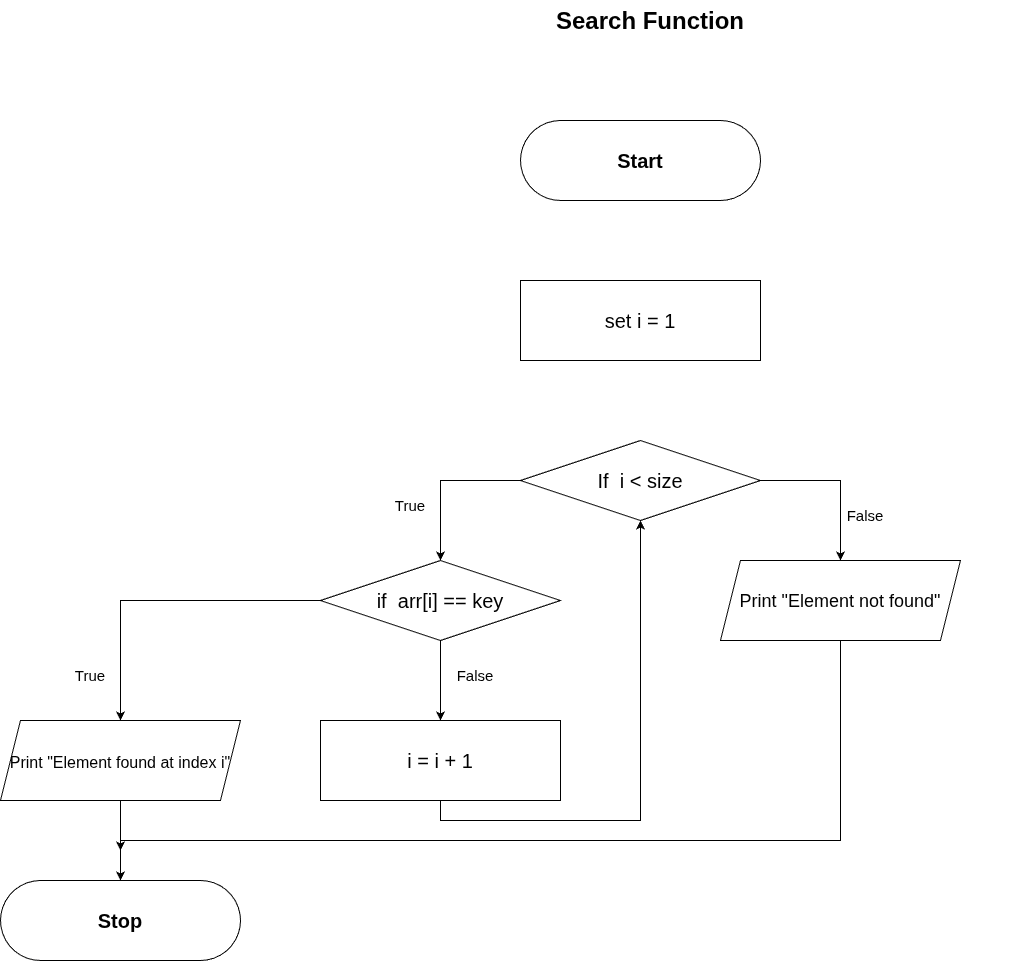
VIGNESHWAR2058/Record-3-and-4 keeps this draw.io diagram as ImplementArray/FlowchartForFunctions/FlowchartSearchFn.drawio.png. Above is the earlier version. Source tidied: cells renumbered, new cells last; positions are measured from the earlier drawing's top-left corner, leaving out a move shared by most shapes.
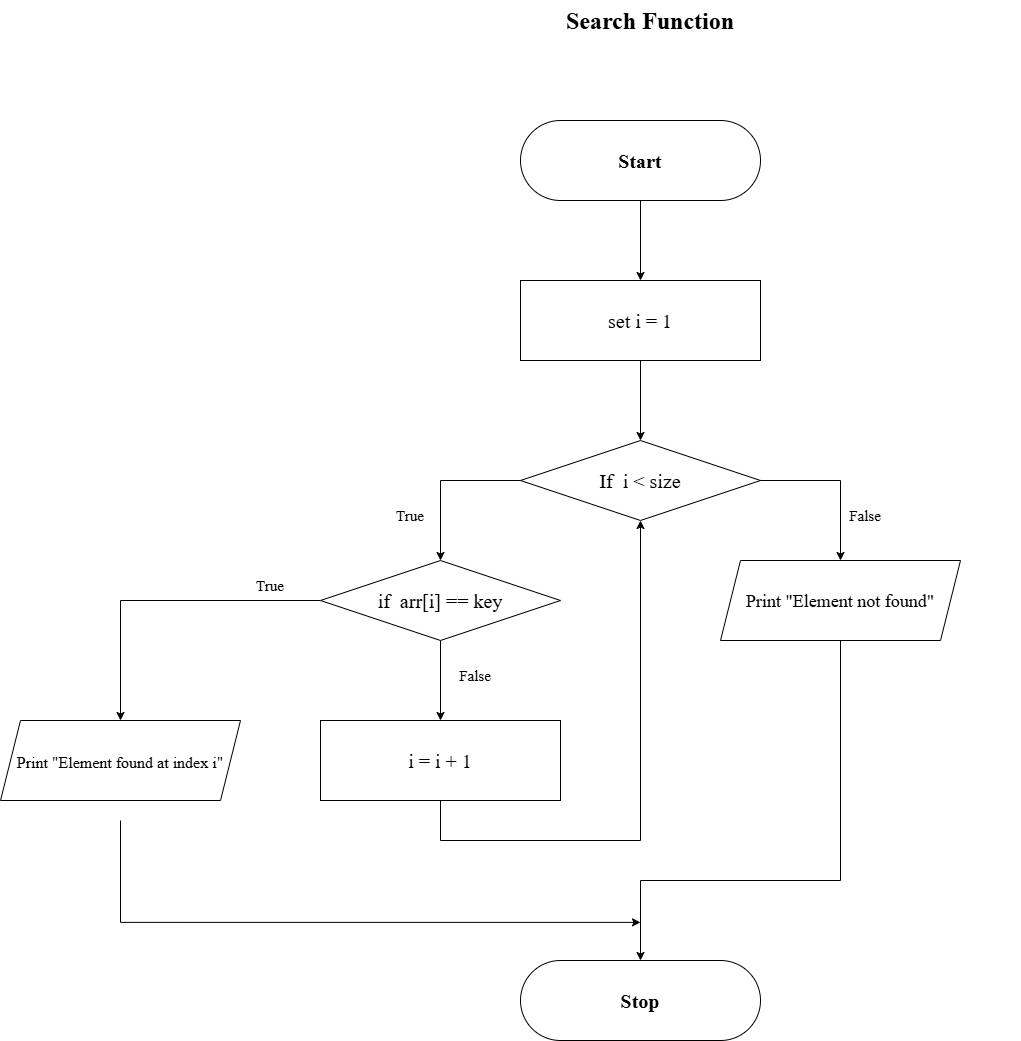
The same file after the commit.

Change to the diagram source:
```diff
@@ -2,34 +2,37 @@
   <root>
     <mxCell id="0" />
     <mxCell id="1" parent="0" />
-    <mxCell id="2" value="&lt;h1 style=&quot;margin-top: 0px;&quot;&gt;Search Function&lt;/h1&gt;" style="text;html=1;whiteSpace=wrap;overflow=hidden;rounded=0;align=center;" parent="1" vertex="1">
+    <mxCell id="2" value="&lt;h1 style=&quot;margin-top: 0px;&quot;&gt;Search Function&lt;/h1&gt;" style="text;html=1;whiteSpace=wrap;overflow=hidden;rounded=0;align=center;fontFamily=Times New Roman;" parent="1" vertex="1">
       <mxGeometry x="280" width="740" height="60" as="geometry" />
     </mxCell>
-    <mxCell id="3" style="rounded=1;whiteSpace=wrap;html=1;arcSize=50;" parent="1" vertex="1">
+    <mxCell id="3" style="rounded=1;whiteSpace=wrap;html=1;arcSize=50;fontFamily=Times New Roman;" parent="1" vertex="1">
       <mxGeometry x="520" y="120" width="240" height="80" as="geometry" />
     </mxCell>
+    <mxCell id="30" style="edgeStyle=orthogonalEdgeStyle;rounded=0;jettySize=auto;html=1;fontFamily=Times New Roman;" parent="1" edge="1" source="4" target="18">
+      <mxGeometry relative="1" as="geometry" />
+    </mxCell>
-    <mxCell id="4" value="&lt;b&gt;Start&lt;/b&gt;" style="text;html=1;whiteSpace=wrap;strokeColor=none;fillColor=none;align=center;verticalAlign=middle;rounded=0;fontSize=20;" parent="1" vertex="1">
+    <mxCell id="4" value="&lt;b&gt;Start&lt;/b&gt;" style="text;html=1;whiteSpace=wrap;strokeColor=none;fillColor=none;align=center;verticalAlign=middle;rounded=0;fontSize=20;fontFamily=Times New Roman;" parent="1" vertex="1">
       <mxGeometry x="520" y="120" width="240" height="80" as="geometry" />
     </mxCell>
-    <mxCell id="5" style="rhombus;whiteSpace=wrap;html=1;" parent="1" vertex="1">
+    <mxCell id="5" style="rhombus;whiteSpace=wrap;html=1;fontFamily=Times New Roman;" parent="1" vertex="1">
       <mxGeometry x="520" y="440" width="240" height="80" as="geometry" />
     </mxCell>
-    <mxCell id="6" style="edgeStyle=orthogonalEdgeStyle;rounded=0;jettySize=auto;html=1;exitX=0;exitY=0.5;exitDx=0;exitDy=0;entryX=0.5;entryY=0;entryDx=0;entryDy=0;" parent="1" edge="1" source="8" target="16">
+    <mxCell id="6" style="edgeStyle=orthogonalEdgeStyle;rounded=0;jettySize=auto;html=1;exitX=0;exitY=0.5;exitDx=0;exitDy=0;entryX=0.5;entryY=0;entryDx=0;entryDy=0;fontFamily=Times New Roman;" parent="1" edge="1" source="8" target="16">
       <mxGeometry relative="1" as="geometry" />
     </mxCell>
-    <mxCell id="7" style="edgeStyle=orthogonalEdgeStyle;rounded=0;jettySize=auto;html=1;exitX=1;exitY=0.5;exitDx=0;exitDy=0;entryX=0.5;entryY=0;entryDx=0;entryDy=0;" parent="1" edge="1" source="8" target="19">
+    <mxCell id="7" style="edgeStyle=orthogonalEdgeStyle;rounded=0;jettySize=auto;html=1;exitX=1;exitY=0.5;exitDx=0;exitDy=0;entryX=0.5;entryY=0;entryDx=0;entryDy=0;fontFamily=Times New Roman;" parent="1" edge="1" source="8" target="19">
       <mxGeometry relative="1" as="geometry" />
     </mxCell>
-    <mxCell id="8" value="&lt;font&gt;If&amp;nbsp;&amp;nbsp;i &amp;lt; size&lt;/font&gt;" style="text;html=1;whiteSpace=wrap;strokeColor=none;fillColor=none;align=center;verticalAlign=middle;rounded=0;fontSize=20;" parent="1" vertex="1">
+    <mxCell id="8" value="&lt;font&gt;If&amp;nbsp;&amp;nbsp;i &amp;lt; size&lt;/font&gt;" style="text;html=1;whiteSpace=wrap;strokeColor=none;fillColor=none;align=center;verticalAlign=middle;rounded=0;fontSize=20;fontFamily=Times New Roman;" parent="1" vertex="1">
       <mxGeometry x="520" y="440" width="240" height="80" as="geometry" />
     </mxCell>
-    <mxCell id="9" style="rounded=1;whiteSpace=wrap;html=1;arcSize=50;" parent="1" vertex="1">
-      <mxGeometry y="880" width="240" height="80" as="geometry" />
+    <mxCell id="9" style="rounded=1;whiteSpace=wrap;html=1;arcSize=50;fontFamily=Times New Roman;" parent="1" vertex="1">
+      <mxGeometry x="520" y="960" width="240" height="80" as="geometry" />
     </mxCell>
-    <mxCell id="10" value="&lt;b&gt;Stop&lt;/b&gt;" style="text;html=1;whiteSpace=wrap;strokeColor=none;fillColor=none;align=center;verticalAlign=middle;rounded=0;fontSize=20;" parent="1" vertex="1">
-      <mxGeometry y="880" width="240" height="80" as="geometry" />
+    <mxCell id="10" value="&lt;b&gt;Stop&lt;/b&gt;" style="text;html=1;whiteSpace=wrap;strokeColor=none;fillColor=none;align=center;verticalAlign=middle;rounded=0;fontSize=20;fontFamily=Times New Roman;" parent="1" vertex="1">
+      <mxGeometry x="520" y="960" width="240" height="80" as="geometry" />
     </mxCell>
-    <mxCell id="11" style="edgeStyle=orthogonalEdgeStyle;rounded=0;jettySize=auto;html=1;" parent="1" edge="1" target="16">
+    <mxCell id="11" style="edgeStyle=orthogonalEdgeStyle;rounded=0;jettySize=auto;html=1;fontFamily=Times New Roman;" parent="1" edge="1" target="16">
       <mxGeometry relative="1" as="geometry">
         <mxPoint x="440" y="630" as="sourcePoint" />
         <Array as="points">
@@ -38,71 +41,79 @@
         </Array>
       </mxGeometry>
     </mxCell>
-    <mxCell id="12" value="True" style="text;html=1;whiteSpace=wrap;strokeColor=none;fillColor=none;align=center;verticalAlign=middle;rounded=0;fontSize=15;" parent="1" vertex="1">
-      <mxGeometry x="380" y="490" width="60" height="30" as="geometry" />
+    <mxCell id="12" value="True" style="text;html=1;whiteSpace=wrap;strokeColor=none;fillColor=none;align=center;verticalAlign=middle;rounded=0;fontSize=15;fontFamily=Times New Roman;" parent="1" vertex="1">
+      <mxGeometry x="380" y="500" width="60" height="30" as="geometry" />
     </mxCell>
-    <mxCell id="13" value="False" style="text;html=1;whiteSpace=wrap;strokeColor=none;fillColor=none;align=center;verticalAlign=middle;rounded=0;fontSize=15;" parent="1" vertex="1">
+    <mxCell id="13" value="False" style="text;html=1;whiteSpace=wrap;strokeColor=none;fillColor=none;align=center;verticalAlign=middle;rounded=0;fontSize=15;fontFamily=Times New Roman;" parent="1" vertex="1">
       <mxGeometry x="860" y="500" width="10" height="30" as="geometry" />
     </mxCell>
-    <mxCell id="14" style="edgeStyle=orthogonalEdgeStyle;rounded=0;jettySize=auto;html=1;exitX=0.5;exitY=1;exitDx=0;exitDy=0;" parent="1" edge="1" source="16">
+    <mxCell id="14" style="edgeStyle=orthogonalEdgeStyle;rounded=0;jettySize=auto;html=1;exitX=0.5;exitY=1;exitDx=0;exitDy=0;fontFamily=Times New Roman;" parent="1" edge="1" source="16">
       <mxGeometry relative="1" as="geometry">
         <mxPoint x="440" y="720" as="targetPoint" />
       </mxGeometry>
     </mxCell>
-    <mxCell id="15" style="edgeStyle=orthogonalEdgeStyle;rounded=0;jettySize=auto;html=1;exitX=0;exitY=0.5;exitDx=0;exitDy=0;entryX=0.5;entryY=0;entryDx=0;entryDy=0;" parent="1" edge="1" source="16" target="24">
+    <mxCell id="15" style="edgeStyle=orthogonalEdgeStyle;rounded=0;jettySize=auto;html=1;exitX=0;exitY=0.5;exitDx=0;exitDy=0;entryX=0.5;entryY=0;entryDx=0;entryDy=0;fontFamily=Times New Roman;" parent="1" edge="1" source="16" target="24">
       <mxGeometry relative="1" as="geometry" />
     </mxCell>
-    <mxCell id="16" value="&lt;font style=&quot;font-size: 20px;&quot;&gt;if&amp;nbsp;&amp;nbsp;arr[i] == key&lt;/font&gt;" style="rhombus;whiteSpace=wrap;html=1;" parent="1" vertex="1">
+    <mxCell id="16" value="&lt;font style=&quot;font-size: 20px;&quot;&gt;if&amp;nbsp;&amp;nbsp;arr[i] == key&lt;/font&gt;" style="rhombus;whiteSpace=wrap;html=1;fontFamily=Times New Roman;" parent="1" vertex="1">
       <mxGeometry x="320" y="560" width="240" height="80" as="geometry" />
     </mxCell>
-    <mxCell id="17" style="rounded=0;whiteSpace=wrap;html=1;" parent="1" vertex="1">
+    <mxCell id="17" style="rounded=0;whiteSpace=wrap;html=1;fontFamily=Times New Roman;" parent="1" vertex="1">
       <mxGeometry x="520" y="280" width="240" height="80" as="geometry" />
     </mxCell>
+    <mxCell id="31" style="edgeStyle=orthogonalEdgeStyle;rounded=0;jettySize=auto;html=1;fontFamily=Times New Roman;" parent="1" edge="1" source="18" target="8">
+      <mxGeometry relative="1" as="geometry" />
+    </mxCell>
-    <mxCell id="18" value="set i = 1" style="text;html=1;whiteSpace=wrap;strokeColor=none;fillColor=none;align=center;verticalAlign=middle;rounded=0;fontSize=20;" parent="1" vertex="1">
+    <mxCell id="18" value="set i = 1" style="text;html=1;whiteSpace=wrap;strokeColor=none;fillColor=none;align=center;verticalAlign=middle;rounded=0;fontSize=20;fontFamily=Times New Roman;" parent="1" vertex="1">
       <mxGeometry x="520" y="280" width="240" height="80" as="geometry" />
     </mxCell>
-    <mxCell id="19" style="shape=parallelogram;perimeter=parallelogramPerimeter;whiteSpace=wrap;html=1;fixedSize=1;" parent="1" vertex="1">
+    <mxCell id="19" style="shape=parallelogram;perimeter=parallelogramPerimeter;whiteSpace=wrap;html=1;fixedSize=1;fontFamily=Times New Roman;" parent="1" vertex="1">
       <mxGeometry x="720" y="560" width="240" height="80" as="geometry" />
     </mxCell>
-    <mxCell id="20" style="edgeStyle=orthogonalEdgeStyle;rounded=0;jettySize=auto;html=1;exitX=0.5;exitY=1;exitDx=0;exitDy=0;" parent="1" edge="1" source="21">
+    <mxCell id="20" style="edgeStyle=orthogonalEdgeStyle;rounded=0;jettySize=auto;html=1;exitX=0.5;exitY=1;exitDx=0;exitDy=0;fontFamily=Times New Roman;entryX=0.5;entryY=0;entryDx=0;entryDy=0;" parent="1" edge="1" source="21" target="10">
       <mxGeometry relative="1" as="geometry">
-        <mxPoint x="120" y="850" as="targetPoint" />
         <Array as="points">
-          <mxPoint x="840" y="840" />
-          <mxPoint x="120" y="840" />
+          <mxPoint x="840" y="880" />
+          <mxPoint x="640" y="880" />
         </Array>
       </mxGeometry>
     </mxCell>
-    <mxCell id="21" value="&lt;font style=&quot;font-size: 18px;&quot;&gt;Print &quot;Element not found&quot;&lt;/font&gt;" style="text;html=1;whiteSpace=wrap;strokeColor=none;fillColor=none;align=center;verticalAlign=middle;rounded=0;fontSize=20;" parent="1" vertex="1">
+    <mxCell id="21" value="&lt;font style=&quot;font-size: 18px;&quot;&gt;Print &quot;Element not found&quot;&lt;/font&gt;" style="text;html=1;whiteSpace=wrap;strokeColor=none;fillColor=none;align=center;verticalAlign=middle;rounded=0;fontSize=20;fontFamily=Times New Roman;" parent="1" vertex="1">
       <mxGeometry x="720" y="560" width="240" height="80" as="geometry" />
     </mxCell>
-    <mxCell id="22" style="shape=parallelogram;perimeter=parallelogramPerimeter;whiteSpace=wrap;html=1;fixedSize=1;" parent="1" vertex="1">
+    <mxCell id="22" style="shape=parallelogram;perimeter=parallelogramPerimeter;whiteSpace=wrap;html=1;fixedSize=1;fontFamily=Times New Roman;" parent="1" vertex="1">
       <mxGeometry y="720" width="240" height="80" as="geometry" />
     </mxCell>
-    <mxCell id="23" style="edgeStyle=orthogonalEdgeStyle;rounded=0;jettySize=auto;html=1;" parent="1" edge="1" source="24" target="10">
-      <mxGeometry relative="1" as="geometry" />
-    </mxCell>
+    <mxCell id="32" style="edgeStyle=orthogonalEdgeStyle;rounded=0;orthogonalLoop=1;jettySize=auto;html=1;exitX=0.5;exitY=1;exitDx=0;exitDy=0;fontFamily=Times New Roman;" parent="1" edge="1">
+      <mxGeometry relative="1" as="geometry">
+        <mxPoint x="120" y="820" as="sourcePoint" />
+        <mxPoint x="640" y="921.9" as="targetPoint" />
+        <Array as="points">
+          <mxPoint x="120" y="922" />
+        </Array>
+      </mxGeometry>
+    </mxCell>
-    <mxCell id="24" value="&lt;font style=&quot;font-size: 16px;&quot;&gt;Print &quot;Element found at index i&quot;&lt;/font&gt;" style="text;html=1;whiteSpace=wrap;strokeColor=none;fillColor=none;align=center;verticalAlign=middle;rounded=0;fontSize=20;" parent="1" vertex="1">
+    <mxCell id="24" value="&lt;font style=&quot;font-size: 16px;&quot;&gt;Print &quot;Element found at index i&quot;&lt;/font&gt;" style="text;html=1;whiteSpace=wrap;strokeColor=none;fillColor=none;align=center;verticalAlign=middle;rounded=0;fontSize=20;fontFamily=Times New Roman;" parent="1" vertex="1">
       <mxGeometry y="720" width="240" height="80" as="geometry" />
     </mxCell>
-    <mxCell id="25" value="True" style="text;html=1;whiteSpace=wrap;strokeColor=none;fillColor=none;align=center;verticalAlign=middle;rounded=0;fontSize=15;" parent="1" vertex="1">
-      <mxGeometry x="60" y="660" width="60" height="30" as="geometry" />
+    <mxCell id="25" value="True" style="text;html=1;whiteSpace=wrap;strokeColor=none;fillColor=none;align=center;verticalAlign=middle;rounded=0;fontSize=15;fontFamily=Times New Roman;" parent="1" vertex="1">
+      <mxGeometry x="240" y="570" width="60" height="30" as="geometry" />
     </mxCell>
-    <mxCell id="26" style="rounded=0;whiteSpace=wrap;html=1;" parent="1" vertex="1">
+    <mxCell id="26" style="rounded=0;whiteSpace=wrap;html=1;fontFamily=Times New Roman;" parent="1" vertex="1">
       <mxGeometry x="320" y="720" width="240" height="80" as="geometry" />
     </mxCell>
-    <mxCell id="27" value="False" style="text;html=1;whiteSpace=wrap;strokeColor=none;fillColor=none;align=center;verticalAlign=middle;rounded=0;fontSize=15;" parent="1" vertex="1">
+    <mxCell id="27" value="False" style="text;html=1;whiteSpace=wrap;strokeColor=none;fillColor=none;align=center;verticalAlign=middle;rounded=0;fontSize=15;fontFamily=Times New Roman;" parent="1" vertex="1">
       <mxGeometry x="430" y="660" width="90" height="30" as="geometry" />
     </mxCell>
-    <mxCell id="28" style="edgeStyle=orthogonalEdgeStyle;rounded=0;jettySize=auto;html=1;exitX=0.5;exitY=1;exitDx=0;exitDy=0;entryX=0.5;entryY=1;entryDx=0;entryDy=0;" parent="1" edge="1" source="29" target="8">
+    <mxCell id="28" style="edgeStyle=orthogonalEdgeStyle;rounded=0;jettySize=auto;html=1;exitX=0.5;exitY=1;exitDx=0;exitDy=0;entryX=0.5;entryY=1;entryDx=0;entryDy=0;fontFamily=Times New Roman;" parent="1" edge="1" source="29" target="8">
       <mxGeometry relative="1" as="geometry">
         <Array as="points">
-          <mxPoint x="440" y="820" />
-          <mxPoint x="640" y="820" />
+          <mxPoint x="440" y="840" />
+          <mxPoint x="640" y="840" />
         </Array>
       </mxGeometry>
     </mxCell>
-    <mxCell id="29" value="&lt;font&gt;i = i + 1&lt;/font&gt;" style="text;html=1;whiteSpace=wrap;strokeColor=none;fillColor=none;align=center;verticalAlign=middle;rounded=0;fontSize=20;" parent="1" vertex="1">
+    <mxCell id="29" value="&lt;font&gt;i = i + 1&lt;/font&gt;" style="text;html=1;whiteSpace=wrap;strokeColor=none;fillColor=none;align=center;verticalAlign=middle;rounded=0;fontSize=20;fontFamily=Times New Roman;" parent="1" vertex="1">
       <mxGeometry x="320" y="720" width="240" height="80" as="geometry" />
     </mxCell>
   </root>
```
